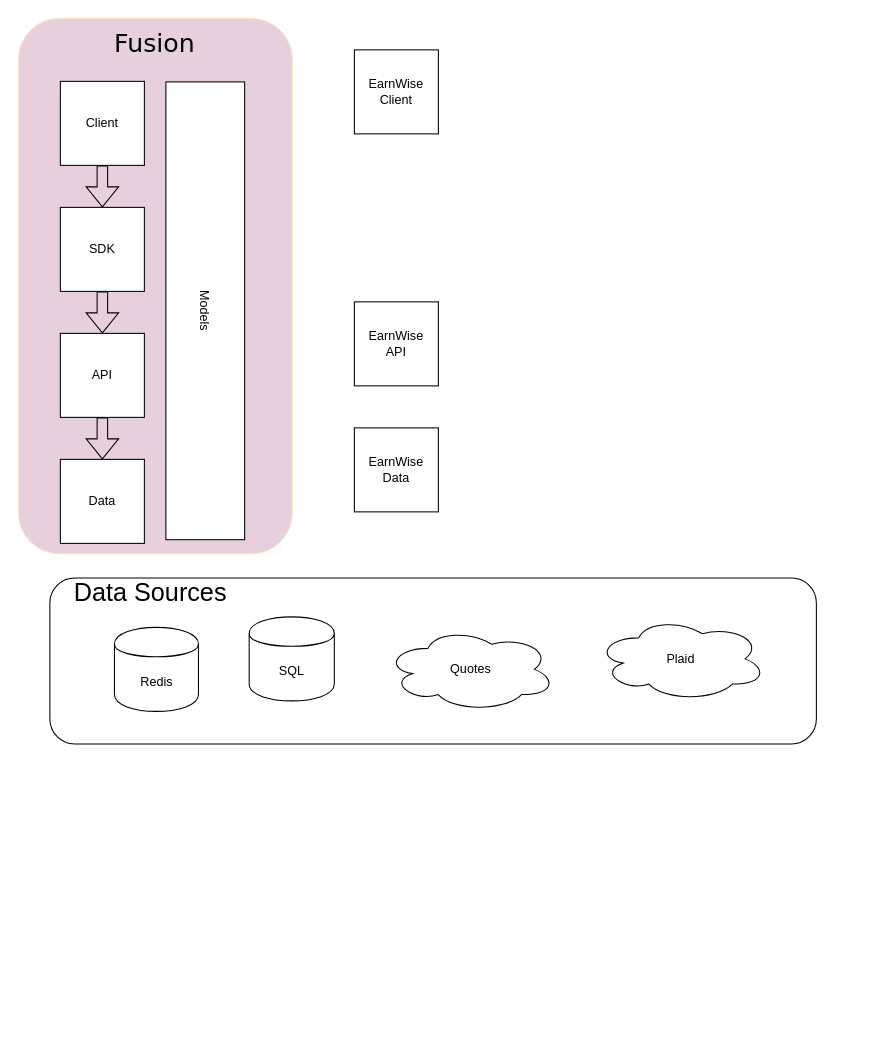
This is App Overview.drawio from hopgator/db, a draw.io file, before an edit. Source tidied: cells renumbered, new cells numbered last; positions are measured from the earlier drawing's top-left corner, leaving out a move shared by most shapes. Both pictures are drawn from the tidied source at 105%, with x=0, y=0 at pixel (-24, 18).
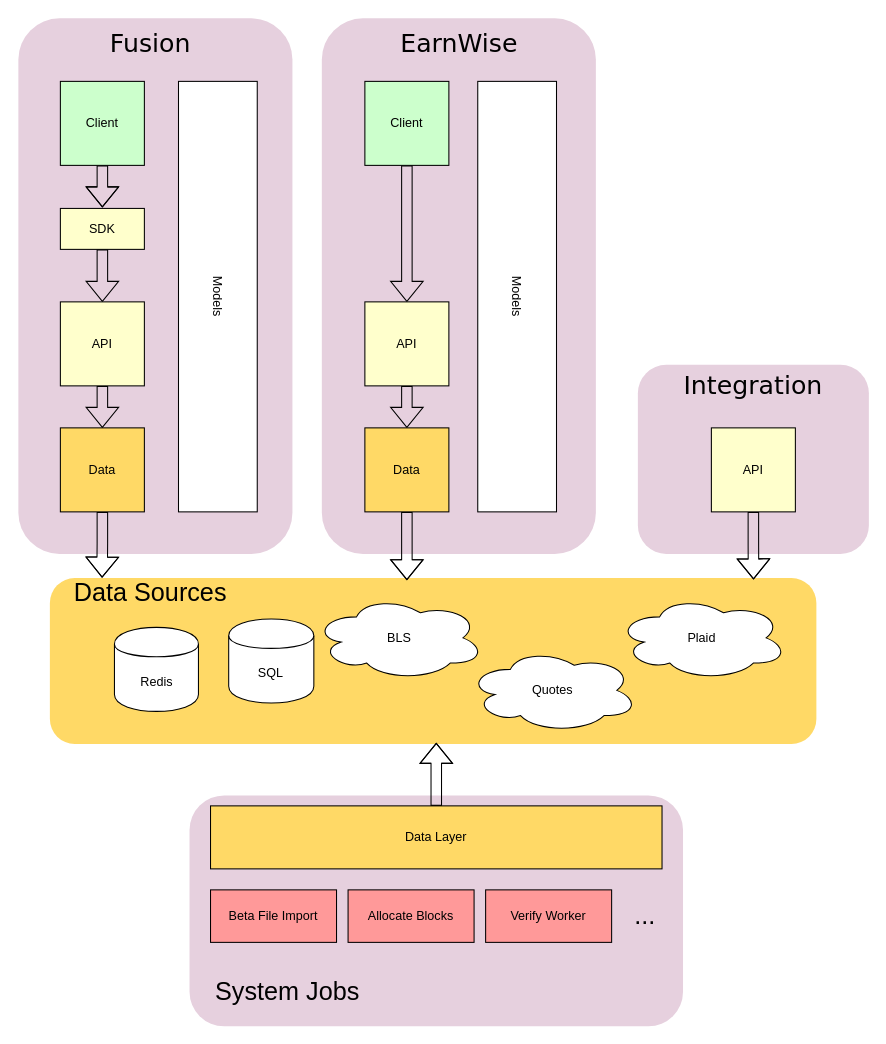
The same diagram, later.

Unchanged cells that the change refers to:
```xml
<mxCell id="16" value="&lt;font style=&quot;font-size: 24px&quot;&gt;Data Sources&lt;/font&gt;" style="text;html=1;strokeColor=none;fillColor=none;align=center;verticalAlign=middle;whiteSpace=wrap;rounded=0;" parent="1" vertex="1">
  <mxGeometry x="52" y="530" width="228" height="33" as="geometry" />
</mxCell>
```

What changed in the source:
```diff
@@
+    <mxCell id="21" style="rounded=1;whiteSpace=wrap;html=1;fillColor=#E6D0DE;strokeColor=none;" parent="1" vertex="1">
+      <mxGeometry x="329" width="261" height="510" as="geometry" />
+    </mxCell>
-    <mxCell id="2" style="rounded=1;whiteSpace=wrap;html=1;" parent="1" vertex="1">
+    <mxCell id="2" style="rounded=1;whiteSpace=wrap;html=1;fillColor=#FFD966;strokeColor=none;" parent="1" vertex="1">
       <mxGeometry x="70" y="533" width="730" height="158" as="geometry" />
     </mxCell>
-    <mxCell id="3" style="rounded=1;whiteSpace=wrap;html=1;fillColor=#E6D0DE;strokeColor=#FFE6CC;" parent="1" vertex="1">
+    <mxCell id="3" style="rounded=1;whiteSpace=wrap;html=1;fillColor=#E6D0DE;strokeColor=none;" parent="1" vertex="1">
       <mxGeometry x="40" width="261" height="510" as="geometry" />
     </mxCell>
-    <mxCell id="4" style="edgeStyle=orthogonalEdgeStyle;shape=flexArrow;rounded=0;jettySize=auto;html=1;" parent="1" edge="1" source="5" target="7">
-      <mxGeometry relative="1" as="geometry" />
+    <mxCell id="4" style="edgeStyle=orthogonalEdgeStyle;shape=flexArrow;rounded=0;jettySize=auto;html=1;" parent="1" edge="1" source="5">
+      <mxGeometry relative="1" as="geometry">
+        <mxPoint x="120" y="180" as="targetPoint" />
+      </mxGeometry>
     </mxCell>
-    <mxCell id="5" value="Client" style="whiteSpace=wrap;html=1;" parent="1" vertex="1">
+    <mxCell id="5" value="Client" style="whiteSpace=wrap;html=1;fillColor=#CCFFCC;" parent="1" vertex="1">
       <mxGeometry x="80" y="60" width="80" height="80" as="geometry" />
     </mxCell>
-    <mxCell id="6" style="edgeStyle=orthogonalEdgeStyle;shape=flexArrow;rounded=0;jettySize=auto;html=1;" parent="1" edge="1" source="7" target="9">
+    <mxCell id="6" style="edgeStyle=orthogonalEdgeStyle;shape=flexArrow;rounded=0;jettySize=auto;html=1;exitX=0.5;exitY=1;exitDx=0;exitDy=0;" parent="1" edge="1" source="7" target="9">
       <mxGeometry relative="1" as="geometry" />
     </mxCell>
-    <mxCell id="7" value="SDK&lt;br&gt;" style="whiteSpace=wrap;html=1;" parent="1" vertex="1">
-      <mxGeometry x="80" y="180" width="80" height="80" as="geometry" />
-    </mxCell>
@@
-    <mxCell id="9" value="API&lt;br&gt;" style="whiteSpace=wrap;html=1;" parent="1" vertex="1">
-      <mxGeometry x="80" y="300" width="80" height="80" as="geometry" />
+    <mxCell id="9" value="API&lt;br&gt;" style="whiteSpace=wrap;html=1;fillColor=#FFFFCC;shadow=0;" parent="1" vertex="1">
+      <mxGeometry x="80" y="270" width="80" height="80" as="geometry" />
     </mxCell>
+    <mxCell id="22" style="edgeStyle=orthogonalEdgeStyle;shape=flexArrow;rounded=0;jettySize=auto;html=1;entryX=0.297;entryY=0.078;entryDx=0;entryDy=0;entryPerimeter=0;" parent="1" edge="1" source="10" target="16">
+      <mxGeometry relative="1" as="geometry" />
+    </mxCell>
-    <mxCell id="10" value="Data&lt;br&gt;" style="whiteSpace=wrap;html=1;" parent="1" vertex="1">
-      <mxGeometry x="80" y="420" width="80" height="80" as="geometry" />
+    <mxCell id="10" value="Data&lt;br&gt;" style="whiteSpace=wrap;html=1;fillColor=#FFD966;" parent="1" vertex="1">
+      <mxGeometry x="80" y="390" width="80" height="80" as="geometry" />
     </mxCell>
+    <mxCell id="23" style="edgeStyle=orthogonalEdgeStyle;shape=flexArrow;rounded=0;jettySize=auto;html=1;entryX=0.5;entryY=0;entryDx=0;entryDy=0;" parent="1" edge="1" source="11" target="12">
+      <mxGeometry relative="1" as="geometry" />
+    </mxCell>
-    <mxCell id="11" value="EarnWise&lt;br&gt;Client&lt;br&gt;" style="whiteSpace=wrap;html=1;" parent="1" vertex="1">
-      <mxGeometry x="360" y="30" width="80" height="80" as="geometry" />
+    <mxCell id="11" value="Client" style="whiteSpace=wrap;html=1;fillColor=#CCFFCC;" parent="1" vertex="1">
+      <mxGeometry x="370" y="60" width="80" height="80" as="geometry" />
     </mxCell>
+    <mxCell id="24" style="edgeStyle=orthogonalEdgeStyle;shape=flexArrow;rounded=0;jettySize=auto;html=1;" parent="1" edge="1" source="12" target="13">
+      <mxGeometry relative="1" as="geometry" />
+    </mxCell>
-    <mxCell id="12" value="EarnWise&lt;br&gt;API&lt;br&gt;" style="whiteSpace=wrap;html=1;" parent="1" vertex="1">
-      <mxGeometry x="360" y="270" width="80" height="80" as="geometry" />
+    <mxCell id="12" value="API&lt;br&gt;" style="whiteSpace=wrap;html=1;fillColor=#FFFFCC;" parent="1" vertex="1">
+      <mxGeometry x="370" y="270" width="80" height="80" as="geometry" />
     </mxCell>
+    <mxCell id="25" style="edgeStyle=orthogonalEdgeStyle;shape=flexArrow;rounded=0;jettySize=auto;html=1;exitX=0.5;exitY=1;exitDx=0;exitDy=0;" parent="1" edge="1" source="13">
+      <mxGeometry relative="1" as="geometry">
+        <mxPoint x="410" y="535" as="targetPoint" />
+      </mxGeometry>
+    </mxCell>
-    <mxCell id="13" value="EarnWise&lt;br&gt;Data&lt;br&gt;" style="whiteSpace=wrap;html=1;" parent="1" vertex="1">
-      <mxGeometry x="360" y="390" width="80" height="80" as="geometry" />
+    <mxCell id="13" value="Data&lt;br&gt;" style="whiteSpace=wrap;html=1;fillColor=#FFD966;" parent="1" vertex="1">
+      <mxGeometry x="370" y="390" width="80" height="80" as="geometry" />
     </mxCell>
     <mxCell id="14" value="Models&lt;br&gt;" style="rounded=0;whiteSpace=wrap;html=1;rotation=90;" parent="1" vertex="1">
-      <mxGeometry y="241" width="436" height="75" as="geometry" />
+      <mxGeometry x="25" y="227.5" width="410" height="75" as="geometry" />
     </mxCell>
-    <mxCell id="15" value="&lt;font style=&quot;font-size: 24px&quot; face=&quot;Verdana&quot;&gt;Fusion&lt;/font&gt;" style="text;html=1;strokeColor=none;fillColor=none;align=center;verticalAlign=middle;whiteSpace=wrap;rounded=0;" parent="1" vertex="1">
-      <mxGeometry x="100" y="10" width="140" height="30" as="geometry" />
+    <mxCell id="15" value="&lt;font style=&quot;font-size: 24px&quot; face=&quot;Verdana&quot;&gt;EarnWise&lt;/font&gt;" style="text;html=1;strokeColor=none;fillColor=none;align=center;verticalAlign=middle;whiteSpace=wrap;rounded=0;" parent="1" vertex="1">
+      <mxGeometry x="389.5" y="10" width="140" height="30" as="geometry" />
     </mxCell>
@@
     <mxCell id="17" value="SQL" style="shape=cylinder;whiteSpace=wrap;html=1;boundedLbl=1;backgroundOutline=1;" parent="1" vertex="1">
-      <mxGeometry x="259.8" y="570" width="81.1" height="80" as="geometry" />
+      <mxGeometry x="240.3" y="572" width="81.1" height="80" as="geometry" />
     </mxCell>
     <mxCell id="18" value="Quotes&lt;br&gt;" style="ellipse;shape=cloud;whiteSpace=wrap;html=1;" parent="1" vertex="1">
-      <mxGeometry x="389.5" y="580" width="162.2" height="80" as="geometry" />
+      <mxGeometry x="468" y="600" width="162.2" height="80" as="geometry" />
     </mxCell>
     <mxCell id="19" value="Plaid&lt;br&gt;" style="ellipse;shape=cloud;whiteSpace=wrap;html=1;" parent="1" vertex="1">
-      <mxGeometry x="590.2" y="570" width="162.2" height="80" as="geometry" />
+      <mxGeometry x="610.2" y="550" width="162.2" height="80" as="geometry" />
     </mxCell>
@@
+    <mxCell id="7" value="SDK" style="rounded=0;whiteSpace=wrap;html=1;strokeColor=#000000;fillColor=#FFFFCC;" parent="1" vertex="1">
+      <mxGeometry x="80" y="181" width="80" height="39" as="geometry" />
+    </mxCell>
+    <mxCell id="26" value="&lt;font style=&quot;font-size: 24px&quot; face=&quot;Verdana&quot;&gt;Fusion&lt;/font&gt;" style="text;html=1;strokeColor=none;fillColor=none;align=center;verticalAlign=middle;whiteSpace=wrap;rounded=0;" parent="1" vertex="1">
+      <mxGeometry x="96" y="10" width="140" height="30" as="geometry" />
+    </mxCell>
+    <mxCell id="27" value="Models&lt;br&gt;" style="rounded=0;whiteSpace=wrap;html=1;rotation=90;" parent="1" vertex="1">
+      <mxGeometry x="310" y="227.5" width="410" height="75" as="geometry" />
+    </mxCell>
+    <mxCell id="28" style="rounded=1;whiteSpace=wrap;html=1;fillColor=#E6D0DE;strokeColor=none;" parent="1" vertex="1">
+      <mxGeometry x="630" y="330" width="220" height="180" as="geometry" />
+    </mxCell>
+    <mxCell id="29" value="&lt;font style=&quot;font-size: 24px&quot; face=&quot;Verdana&quot;&gt;Integration&lt;/font&gt;" style="text;html=1;strokeColor=none;fillColor=none;align=center;verticalAlign=middle;whiteSpace=wrap;rounded=0;" parent="1" vertex="1">
+      <mxGeometry x="670" y="332.5" width="140" height="35" as="geometry" />
+    </mxCell>
+    <mxCell id="30" style="edgeStyle=orthogonalEdgeStyle;shape=flexArrow;rounded=0;jettySize=auto;html=1;exitX=0.5;exitY=1;exitDx=0;exitDy=0;entryX=0.918;entryY=0.008;entryDx=0;entryDy=0;entryPerimeter=0;" parent="1" edge="1" source="31" target="2">
+      <mxGeometry relative="1" as="geometry" />
+    </mxCell>
+    <mxCell id="31" value="API&lt;br&gt;" style="whiteSpace=wrap;html=1;fillColor=#FFFFCC;" parent="1" vertex="1">
+      <mxGeometry x="700" y="390" width="80" height="80" as="geometry" />
+    </mxCell>
+    <mxCell id="32" style="rounded=1;whiteSpace=wrap;html=1;shadow=0;strokeColor=none;fillColor=#E6D0DE;" parent="1" vertex="1">
+      <mxGeometry x="203" y="740" width="470" height="220" as="geometry" />
+    </mxCell>
+    <mxCell id="33" value="&lt;font style=&quot;font-size: 24px&quot;&gt;System Jobs&lt;/font&gt;" style="text;html=1;strokeColor=none;fillColor=none;align=center;verticalAlign=middle;whiteSpace=wrap;rounded=0;" parent="1" vertex="1">
+      <mxGeometry x="222" y="910" width="149" height="33" as="geometry" />
+    </mxCell>
+    <mxCell id="34" style="edgeStyle=orthogonalEdgeStyle;shape=flexArrow;rounded=0;jettySize=auto;html=1;" parent="1" edge="1" source="35">
+      <mxGeometry relative="1" as="geometry">
+        <mxPoint x="438" y="690" as="targetPoint" />
+      </mxGeometry>
+    </mxCell>
+    <mxCell id="35" value="Data Layer" style="rounded=0;whiteSpace=wrap;html=1;shadow=0;strokeColor=#000000;fillColor=#FFD966;" parent="1" vertex="1">
+      <mxGeometry x="223" y="750" width="430" height="60" as="geometry" />
+    </mxCell>
+    <mxCell id="36" value="Beta File Import" style="rounded=0;whiteSpace=wrap;html=1;shadow=0;strokeColor=#000000;fillColor=#FF9999;" parent="1" vertex="1">
+      <mxGeometry x="223" y="830" width="120" height="50" as="geometry" />
+    </mxCell>
+    <mxCell id="37" value="Allocate Blocks" style="rounded=0;whiteSpace=wrap;html=1;shadow=0;strokeColor=#000000;fillColor=#FF9999;" parent="1" vertex="1">
+      <mxGeometry x="354" y="830" width="120" height="50" as="geometry" />
+    </mxCell>
+    <mxCell id="38" value="BLS&lt;br&gt;" style="ellipse;shape=cloud;whiteSpace=wrap;html=1;" parent="1" vertex="1">
+      <mxGeometry x="321.5" y="550" width="162.2" height="80" as="geometry" />
+    </mxCell>
+    <mxCell id="39" value="Verify Worker" style="rounded=0;whiteSpace=wrap;html=1;shadow=0;strokeColor=#000000;fillColor=#FF9999;" parent="1" vertex="1">
+      <mxGeometry x="485" y="830" width="120" height="50" as="geometry" />
+    </mxCell>
+    <mxCell id="40" value="&lt;font style=&quot;font-size: 24px&quot;&gt;...&lt;/font&gt;" style="text;html=1;strokeColor=none;fillColor=none;align=center;verticalAlign=middle;whiteSpace=wrap;rounded=0;shadow=0;" parent="1" vertex="1">
+      <mxGeometry x="616.5" y="845" width="40" height="20" as="geometry" />
+    </mxCell>
```
